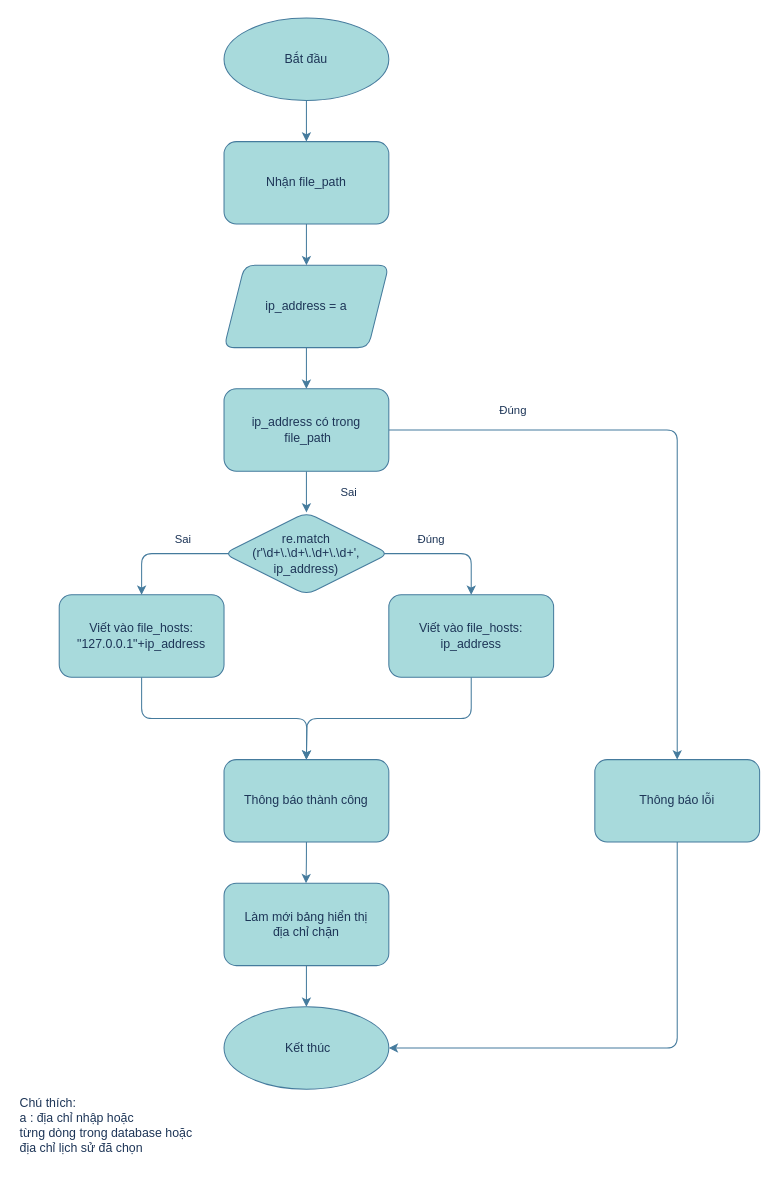
Earlier version of the draw.io diagram Mind Map/block.drawio (PlaymakerVN/KHKT-2023-1). Source tidied: cells renumbered, new cells numbered last; positions are measured from the earlier drawing's top-left corner, leaving out a move shared by most shapes. Both pictures are drawn from the tidied source at 103%, with x=0, y=0 at pixel (18, 18).
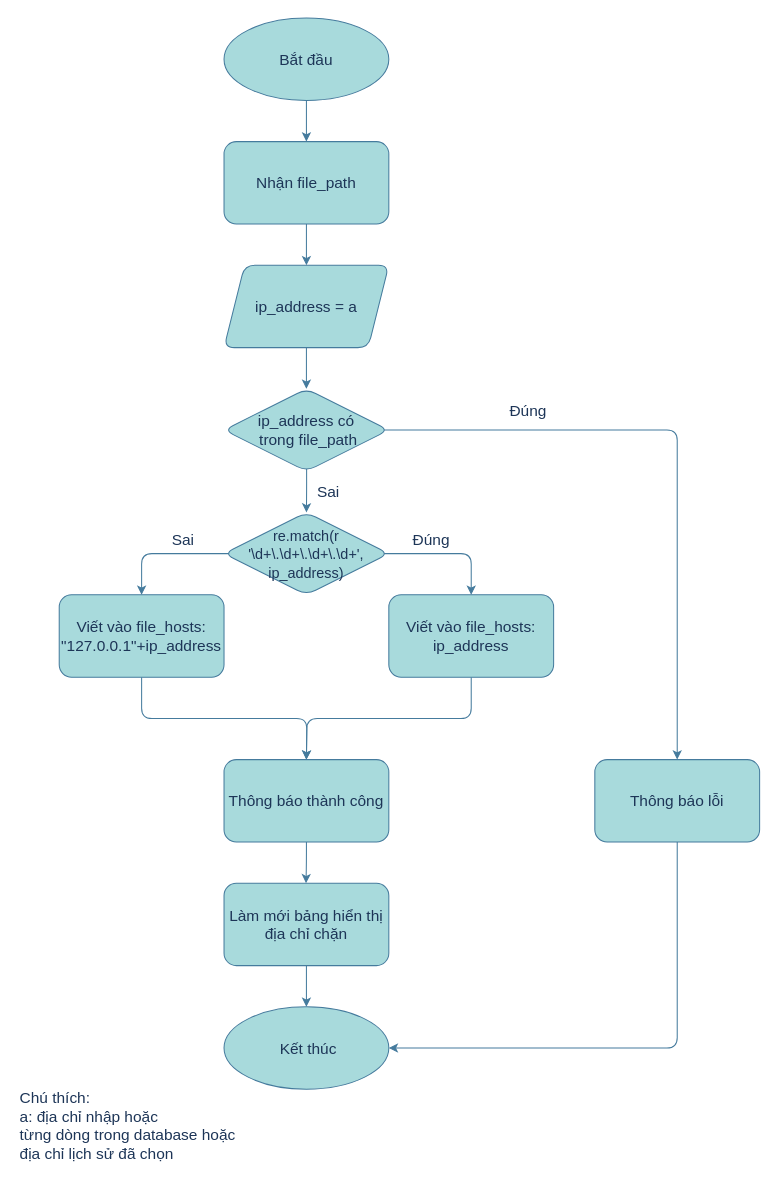
Above is the later version.

Commit message:
Cập nhật block.drawio

The edit, as a diff of the source:
```diff
@@
-    <mxCell id="2" style="edgeStyle=orthogonalEdgeStyle;rounded=1;jettySize=auto;html=1;exitX=0.5;exitY=1;exitDx=0;exitDy=0;entryX=0.5;entryY=0;entryDx=0;entryDy=0;labelBackgroundColor=none;strokeColor=#457B9D;fontColor=default;" parent="1" edge="1" source="3" target="28">
+    <mxCell id="2" style="edgeStyle=orthogonalEdgeStyle;rounded=1;jettySize=auto;html=1;exitX=0.5;exitY=1;exitDx=0;exitDy=0;entryX=0.5;entryY=0;entryDx=0;entryDy=0;labelBackgroundColor=none;strokeColor=#457B9D;fontColor=default;fontSize=15;" parent="1" edge="1" source="3" target="28">
       <mxGeometry relative="1" as="geometry" />
     </mxCell>
-    <mxCell id="3" value="Bắt đầu" style="ellipse;whiteSpace=wrap;html=1;labelBackgroundColor=none;fillColor=#A8DADC;strokeColor=#457B9D;fontColor=#1D3557;rounded=1;" parent="1" vertex="1">
+    <mxCell id="3" value="Bắt đầu" style="ellipse;whiteSpace=wrap;html=1;labelBackgroundColor=none;fillColor=#A8DADC;strokeColor=#457B9D;fontColor=#1D3557;rounded=1;fontSize=15;" parent="1" vertex="1">
       <mxGeometry x="200" width="160" height="80" as="geometry" />
     </mxCell>
-    <mxCell id="4" style="edgeStyle=orthogonalEdgeStyle;rounded=1;jettySize=auto;html=1;exitX=0.5;exitY=1;exitDx=0;exitDy=0;entryX=0.5;entryY=0;entryDx=0;entryDy=0;labelBackgroundColor=none;strokeColor=#457B9D;fontColor=default;" parent="1" edge="1" source="5" target="19">
-      <mxGeometry relative="1" as="geometry" />
+    <mxCell id="4" style="edgeStyle=orthogonalEdgeStyle;rounded=1;jettySize=auto;html=1;exitX=0.5;exitY=1;exitDx=0;exitDy=0;entryX=0.5;entryY=0;entryDx=0;entryDy=0;labelBackgroundColor=none;strokeColor=#457B9D;fontColor=default;fontSize=15;" parent="1" edge="1" source="5">
+      <mxGeometry relative="1" as="geometry">
+        <mxPoint x="280" y="360" as="targetPoint" />
+      </mxGeometry>
     </mxCell>
-    <mxCell id="5" value="&lt;font style=&quot;font-size: 12px;&quot;&gt;ip_address = a&lt;br&gt;&lt;/font&gt;" style="shape=parallelogram;perimeter=parallelogramPerimeter;whiteSpace=wrap;html=1;fixedSize=1;labelBackgroundColor=none;fillColor=#A8DADC;strokeColor=#457B9D;fontColor=#1D3557;rounded=1;" parent="1" vertex="1">
+    <mxCell id="5" value="&lt;font style=&quot;font-size: 15px;&quot;&gt;ip_address = a&lt;br style=&quot;font-size: 15px;&quot;&gt;&lt;/font&gt;" style="shape=parallelogram;perimeter=parallelogramPerimeter;whiteSpace=wrap;html=1;fixedSize=1;labelBackgroundColor=none;fillColor=#A8DADC;strokeColor=#457B9D;fontColor=#1D3557;rounded=1;fontSize=15;" parent="1" vertex="1">
       <mxGeometry x="200" y="240" width="160" height="80" as="geometry" />
     </mxCell>
-    <mxCell id="6" style="edgeStyle=orthogonalEdgeStyle;rounded=1;jettySize=auto;html=1;exitX=0.875;exitY=0.5;exitDx=0;exitDy=0;entryX=0.5;entryY=0;entryDx=0;entryDy=0;labelBackgroundColor=none;strokeColor=#457B9D;fontColor=default;exitPerimeter=0;" parent="1" edge="1" source="10" target="12">
+    <mxCell id="6" style="edgeStyle=orthogonalEdgeStyle;rounded=1;jettySize=auto;html=1;exitX=0.875;exitY=0.5;exitDx=0;exitDy=0;entryX=0.5;entryY=0;entryDx=0;entryDy=0;labelBackgroundColor=none;strokeColor=#457B9D;fontColor=default;exitPerimeter=0;fontSize=15;" parent="1" edge="1" source="10" target="12">
       <mxGeometry relative="1" as="geometry">
         <Array as="points">
           <mxPoint x="120" y="520" />
         </Array>
       </mxGeometry>
     </mxCell>
-    <mxCell id="7" value="Sai" style="edgeLabel;html=1;align=center;verticalAlign=middle;labelBackgroundColor=none;fontColor=#1D3557;rounded=1;" parent="6" vertex="1">
+    <mxCell id="7" value="Sai" style="edgeLabel;html=1;align=center;verticalAlign=middle;labelBackgroundColor=none;fontColor=#1D3557;rounded=1;fontSize=15;" parent="6" vertex="1">
       <mxGeometry x="-0.35" y="-1" relative="1" as="geometry">
         <mxPoint x="-96" y="-14" as="offset" />
       </mxGeometry>
     </mxCell>
-    <mxCell id="8" style="edgeStyle=orthogonalEdgeStyle;rounded=1;jettySize=auto;html=1;exitX=0.045;exitY=0.553;exitDx=0;exitDy=0;labelBackgroundColor=none;strokeColor=#457B9D;fontColor=default;exitPerimeter=0;" parent="1" edge="1" source="10" target="14">
+    <mxCell id="8" style="edgeStyle=orthogonalEdgeStyle;rounded=1;jettySize=auto;html=1;exitX=0.045;exitY=0.553;exitDx=0;exitDy=0;labelBackgroundColor=none;strokeColor=#457B9D;fontColor=default;exitPerimeter=0;fontSize=15;" parent="1" edge="1" source="10" target="14">
       <mxGeometry relative="1" as="geometry">
         <Array as="points">
           <mxPoint x="207" y="520" />
           <mxPoint x="440" y="520" />
         </Array>
       </mxGeometry>
     </mxCell>
-    <mxCell id="9" value="Đúng" style="edgeLabel;html=1;align=center;verticalAlign=middle;labelBackgroundColor=none;fontColor=#1D3557;rounded=1;" parent="8" vertex="1">
+    <mxCell id="9" value="Đúng" style="edgeLabel;html=1;align=center;verticalAlign=middle;labelBackgroundColor=none;fontColor=#1D3557;rounded=1;fontSize=15;" parent="8" vertex="1">
       <mxGeometry x="-0.28" y="-1" relative="1" as="geometry">
         <mxPoint x="98" y="-16" as="offset" />
       </mxGeometry>
     </mxCell>
-    <mxCell id="10" value="re.match&lt;br&gt;(r'\d+\.\d+\.\d+\.\d+',&lt;br&gt;ip_address)" style="rhombus;whiteSpace=wrap;html=1;labelBackgroundColor=none;fillColor=#A8DADC;strokeColor=#457B9D;fontColor=#1D3557;rounded=1;" parent="1" vertex="1">
+    <mxCell id="10" value="&lt;font style=&quot;font-size: 14px;&quot;&gt;re.match(r&lt;br&gt;'\d+\.\d+\.\d+\.\d+',&lt;br style=&quot;&quot;&gt;ip_address)&lt;/font&gt;" style="rhombus;whiteSpace=wrap;html=1;labelBackgroundColor=none;fillColor=#A8DADC;strokeColor=#457B9D;fontColor=#1D3557;rounded=1;fontSize=15;" parent="1" vertex="1">
       <mxGeometry x="200" y="480" width="160" height="80" as="geometry" />
     </mxCell>
-    <mxCell id="11" style="edgeStyle=orthogonalEdgeStyle;rounded=1;jettySize=auto;html=1;exitX=0.5;exitY=1;exitDx=0;exitDy=0;labelBackgroundColor=none;strokeColor=#457B9D;fontColor=default;" parent="1" edge="1" source="12">
+    <mxCell id="11" style="edgeStyle=orthogonalEdgeStyle;rounded=1;jettySize=auto;html=1;exitX=0.5;exitY=1;exitDx=0;exitDy=0;labelBackgroundColor=none;strokeColor=#457B9D;fontColor=default;fontSize=15;" parent="1" edge="1" source="12">
       <mxGeometry relative="1" as="geometry">
         <mxPoint x="280" y="720" as="targetPoint" />
       </mxGeometry>
     </mxCell>
-    <mxCell id="12" value="Viết vào file_hosts:&lt;br&gt;&quot;127.0.0.1&quot;+ip_address" style="rounded=1;whiteSpace=wrap;html=1;labelBackgroundColor=none;fillColor=#A8DADC;strokeColor=#457B9D;fontColor=#1D3557;" parent="1" vertex="1">
+    <mxCell id="12" value="Viết vào file_hosts:&lt;br style=&quot;font-size: 15px;&quot;&gt;&quot;127.0.0.1&quot;+ip_address" style="rounded=1;whiteSpace=wrap;html=1;labelBackgroundColor=none;fillColor=#A8DADC;strokeColor=#457B9D;fontColor=#1D3557;fontSize=15;" parent="1" vertex="1">
       <mxGeometry x="40" y="560" width="160" height="80" as="geometry" />
     </mxCell>
-    <mxCell id="13" style="edgeStyle=orthogonalEdgeStyle;rounded=1;jettySize=auto;html=1;exitX=0.5;exitY=1;exitDx=0;exitDy=0;entryX=0.5;entryY=0;entryDx=0;entryDy=0;labelBackgroundColor=none;strokeColor=#457B9D;fontColor=default;" parent="1" edge="1" source="14">
+    <mxCell id="13" style="edgeStyle=orthogonalEdgeStyle;rounded=1;jettySize=auto;html=1;exitX=0.5;exitY=1;exitDx=0;exitDy=0;entryX=0.5;entryY=0;entryDx=0;entryDy=0;labelBackgroundColor=none;strokeColor=#457B9D;fontColor=default;fontSize=15;" parent="1" edge="1" source="14">
       <mxGeometry relative="1" as="geometry">
         <mxPoint x="280" y="720" as="targetPoint" />
       </mxGeometry>
     </mxCell>
-    <mxCell id="14" value="Viết vào file_hosts:&lt;br&gt;ip_address" style="rounded=1;whiteSpace=wrap;html=1;labelBackgroundColor=none;fillColor=#A8DADC;strokeColor=#457B9D;fontColor=#1D3557;" parent="1" vertex="1">
+    <mxCell id="14" value="Viết vào file_hosts:&lt;br style=&quot;font-size: 15px;&quot;&gt;ip_address" style="rounded=1;whiteSpace=wrap;html=1;labelBackgroundColor=none;fillColor=#A8DADC;strokeColor=#457B9D;fontColor=#1D3557;fontSize=15;" parent="1" vertex="1">
       <mxGeometry x="360" y="560" width="160" height="80" as="geometry" />
     </mxCell>
-    <mxCell id="15" style="edgeStyle=orthogonalEdgeStyle;rounded=1;jettySize=auto;html=1;exitX=0.5;exitY=1;exitDx=0;exitDy=0;entryX=0.5;entryY=0;entryDx=0;entryDy=0;labelBackgroundColor=none;strokeColor=#457B9D;fontColor=default;" parent="1" edge="1" source="19" target="10">
+    <mxCell id="15" style="edgeStyle=orthogonalEdgeStyle;rounded=1;jettySize=auto;html=1;exitX=0.501;exitY=0.056;exitDx=0;exitDy=0;entryX=0.5;entryY=0;entryDx=0;entryDy=0;labelBackgroundColor=none;strokeColor=#457B9D;fontColor=default;fontSize=15;exitPerimeter=0;" parent="1" edge="1" source="19" target="10">
       <mxGeometry relative="1" as="geometry" />
     </mxCell>
-    <mxCell id="16" value="Sai" style="edgeLabel;html=1;align=center;verticalAlign=middle;labelBackgroundColor=none;fontColor=#1D3557;rounded=1;" parent="15" vertex="1">
+    <mxCell id="16" value="Sai" style="edgeLabel;html=1;align=center;verticalAlign=middle;labelBackgroundColor=none;fontColor=#1D3557;rounded=1;fontSize=15;" parent="15" vertex="1">
       <mxGeometry x="-0.2" y="1" relative="1" as="geometry">
-        <mxPoint x="39" y="4" as="offset" />
+        <mxPoint x="19" y="49" as="offset" />
       </mxGeometry>
     </mxCell>
-    <mxCell id="17" style="edgeStyle=orthogonalEdgeStyle;rounded=1;jettySize=auto;html=1;exitX=1;exitY=0.5;exitDx=0;exitDy=0;strokeColor=#457B9D;fontColor=#1D3557;fillColor=#A8DADC;" parent="1" edge="1" source="19" target="26">
+    <mxCell id="17" style="edgeStyle=orthogonalEdgeStyle;rounded=1;jettySize=auto;html=1;exitX=0.125;exitY=0.5;exitDx=0;exitDy=0;strokeColor=#457B9D;fontColor=default;fillColor=#A8DADC;fontSize=15;exitPerimeter=0;labelBackgroundColor=none;" parent="1" edge="1" source="19" target="26">
       <mxGeometry relative="1" as="geometry" />
     </mxCell>
-    <mxCell id="18" value="Đúng&amp;nbsp;" style="edgeLabel;html=1;align=center;verticalAlign=middle;fontColor=#1D3557;" parent="17" vertex="1">
-      <mxGeometry x="-0.61" y="-3" relative="1" as="geometry">
-        <mxPoint x="4" y="-23" as="offset" />
+    <mxCell id="18" value="Đúng" style="edgeLabel;html=1;align=center;verticalAlign=middle;labelBackgroundColor=none;fontColor=#1D3557;fontSize=15;" parent="17" vertex="1">
+      <mxGeometry x="-0.26" y="-1" relative="1" as="geometry">
+        <mxPoint y="-21" as="offset" />
       </mxGeometry>
     </mxCell>
-    <mxCell id="19" value="ip_address có trong&lt;br&gt;&amp;nbsp;file_path" style="rounded=1;whiteSpace=wrap;html=1;labelBackgroundColor=none;fillColor=#A8DADC;strokeColor=#457B9D;fontColor=#1D3557;" parent="1" vertex="1">
-      <mxGeometry x="200" y="360" width="160" height="80" as="geometry" />
-    </mxCell>
-    <mxCell id="20" style="edgeStyle=orthogonalEdgeStyle;rounded=1;jettySize=auto;html=1;exitX=0.5;exitY=1;exitDx=0;exitDy=0;labelBackgroundColor=none;strokeColor=#457B9D;fontColor=default;" parent="1" edge="1" source="21">
+    <mxCell id="20" style="edgeStyle=orthogonalEdgeStyle;rounded=1;jettySize=auto;html=1;exitX=0.5;exitY=1;exitDx=0;exitDy=0;labelBackgroundColor=none;strokeColor=#457B9D;fontColor=default;fontSize=15;" parent="1" edge="1" source="21">
       <mxGeometry relative="1" as="geometry">
         <mxPoint x="279.6" y="840" as="targetPoint" />
       </mxGeometry>
     </mxCell>
-    <mxCell id="21" value="Thông báo thành công" style="rounded=1;whiteSpace=wrap;html=1;labelBackgroundColor=none;fillColor=#A8DADC;strokeColor=#457B9D;fontColor=#1D3557;" parent="1" vertex="1">
+    <mxCell id="21" value="Thông báo thành công" style="rounded=1;whiteSpace=wrap;html=1;labelBackgroundColor=none;fillColor=#A8DADC;strokeColor=#457B9D;fontColor=#1D3557;fontSize=15;" parent="1" vertex="1">
       <mxGeometry x="200" y="720" width="160" height="80" as="geometry" />
     </mxCell>
-    <mxCell id="22" style="edgeStyle=orthogonalEdgeStyle;rounded=1;jettySize=auto;html=1;exitX=0.5;exitY=1;exitDx=0;exitDy=0;entryX=0.5;entryY=0;entryDx=0;entryDy=0;labelBackgroundColor=none;strokeColor=#457B9D;fontColor=default;" parent="1" edge="1" source="23" target="24">
+    <mxCell id="22" style="edgeStyle=orthogonalEdgeStyle;rounded=1;jettySize=auto;html=1;exitX=0.5;exitY=1;exitDx=0;exitDy=0;entryX=0.5;entryY=0;entryDx=0;entryDy=0;labelBackgroundColor=none;strokeColor=#457B9D;fontColor=default;fontSize=15;" parent="1" edge="1" source="23" target="24">
       <mxGeometry relative="1" as="geometry" />
     </mxCell>
-    <mxCell id="23" value="Làm mới bảng hiển thị &lt;br&gt;địa chỉ chặn" style="rounded=1;whiteSpace=wrap;html=1;labelBackgroundColor=none;fillColor=#A8DADC;strokeColor=#457B9D;fontColor=#1D3557;" parent="1" vertex="1">
+    <mxCell id="23" value="Làm mới bảng hiển thị &lt;br style=&quot;font-size: 15px;&quot;&gt;địa chỉ chặn" style="rounded=1;whiteSpace=wrap;html=1;labelBackgroundColor=none;fillColor=#A8DADC;strokeColor=#457B9D;fontColor=#1D3557;fontSize=15;" parent="1" vertex="1">
       <mxGeometry x="200" y="840" width="160" height="80" as="geometry" />
     </mxCell>
-    <mxCell id="24" value="&amp;nbsp;Kết thúc" style="ellipse;whiteSpace=wrap;html=1;labelBackgroundColor=none;fillColor=#A8DADC;strokeColor=#457B9D;fontColor=#1D3557;rounded=1;" parent="1" vertex="1">
+    <mxCell id="24" value="&amp;nbsp;Kết thúc" style="ellipse;whiteSpace=wrap;html=1;labelBackgroundColor=none;fillColor=#A8DADC;strokeColor=#457B9D;fontColor=#1D3557;rounded=1;fontSize=15;" parent="1" vertex="1">
       <mxGeometry x="200" y="960" width="160" height="80" as="geometry" />
     </mxCell>
-    <mxCell id="25" style="edgeStyle=orthogonalEdgeStyle;rounded=1;jettySize=auto;html=1;exitX=0.5;exitY=1;exitDx=0;exitDy=0;entryX=1;entryY=0.5;entryDx=0;entryDy=0;strokeColor=#457B9D;fontColor=#1D3557;fillColor=#A8DADC;" parent="1" edge="1" source="26" target="24">
+    <mxCell id="25" style="edgeStyle=orthogonalEdgeStyle;rounded=1;jettySize=auto;html=1;exitX=0.5;exitY=1;exitDx=0;exitDy=0;entryX=1;entryY=0.5;entryDx=0;entryDy=0;strokeColor=#457B9D;fontColor=default;fillColor=#A8DADC;fontSize=15;labelBackgroundColor=none;" parent="1" edge="1" source="26" target="24">
       <mxGeometry relative="1" as="geometry" />
     </mxCell>
-    <mxCell id="26" value="Thông báo lỗi" style="rounded=1;whiteSpace=wrap;html=1;labelBackgroundColor=none;fillColor=#A8DADC;strokeColor=#457B9D;fontColor=#1D3557;" parent="1" vertex="1">
+    <mxCell id="26" value="Thông báo lỗi" style="rounded=1;whiteSpace=wrap;html=1;labelBackgroundColor=none;fillColor=#A8DADC;strokeColor=#457B9D;fontColor=#1D3557;fontSize=15;" parent="1" vertex="1">
       <mxGeometry x="560" y="720" width="160" height="80" as="geometry" />
     </mxCell>
-    <mxCell id="27" style="edgeStyle=orthogonalEdgeStyle;rounded=1;jettySize=auto;html=1;exitX=0.5;exitY=1;exitDx=0;exitDy=0;strokeColor=#457B9D;fontColor=#1D3557;fillColor=#A8DADC;" parent="1" edge="1" source="28" target="5">
+    <mxCell id="27" style="edgeStyle=orthogonalEdgeStyle;rounded=1;jettySize=auto;html=1;exitX=0.5;exitY=1;exitDx=0;exitDy=0;strokeColor=#457B9D;fontColor=default;fillColor=#A8DADC;fontSize=15;labelBackgroundColor=none;" parent="1" edge="1" source="28" target="5">
       <mxGeometry relative="1" as="geometry" />
     </mxCell>
-    <mxCell id="28" value="Nhận file_path" style="rounded=1;whiteSpace=wrap;html=1;labelBackgroundColor=none;fillColor=#A8DADC;strokeColor=#457B9D;fontColor=#1D3557;" parent="1" vertex="1">
+    <mxCell id="28" value="Nhận file_path" style="rounded=1;whiteSpace=wrap;html=1;labelBackgroundColor=none;fillColor=#A8DADC;strokeColor=#457B9D;fontColor=#1D3557;fontSize=15;" parent="1" vertex="1">
       <mxGeometry x="200" y="120" width="160" height="80" as="geometry" />
     </mxCell>
-    <mxCell id="29" value="Chú thích:&lt;br&gt;a : địa chỉ nhập hoặc&lt;br style=&quot;border-color: var(--darkreader-border--border-color); --darkreader-inline-border: var(--darkreader-border--darkreader-border--border-color);&quot;&gt;&lt;span style=&quot;&quot;&gt;từng dòng trong database&amp;nbsp;hoặc&lt;br&gt;&lt;/span&gt;&lt;span style=&quot;&quot;&gt;địa chỉ lịch sử đã chọn&lt;/span&gt;" style="text;html=1;align=left;verticalAlign=middle;strokeColor=none;fillColor=none;fontColor=#1D3557;" parent="1" vertex="1">
-      <mxGeometry y="1040" width="190" height="70" as="geometry" />
+    <mxCell id="29" value="Chú thích:&lt;br style=&quot;font-size: 15px;&quot;&gt;a: địa chỉ nhập hoặc&lt;br style=&quot;border-color: var(--darkreader-border--border-color); --darkreader-inline-border: var(--darkreader-border--darkreader-border--border-color); font-size: 15px;&quot;&gt;&lt;span style=&quot;font-size: 15px;&quot;&gt;từng dòng trong database&amp;nbsp;hoặc&lt;br style=&quot;font-size: 15px;&quot;&gt;&lt;/span&gt;&lt;span style=&quot;font-size: 15px;&quot;&gt;địa chỉ lịch sử đã chọn&lt;/span&gt;" style="text;html=1;align=left;verticalAlign=middle;strokeColor=none;fillColor=none;fontColor=#1D3557;fontSize=15;labelBackgroundColor=none;" parent="1" vertex="1">
+      <mxGeometry y="1030" width="230" height="90" as="geometry" />
     </mxCell>
+    <mxCell id="19" value="&lt;font style=&quot;font-size: 15px;&quot;&gt;ip_address có&lt;br&gt;&amp;nbsp;trong file_path&lt;/font&gt;" style="rhombus;whiteSpace=wrap;html=1;labelBackgroundColor=none;fillColor=#A8DADC;strokeColor=#457B9D;fontColor=#1D3557;rounded=1;fontSize=15;" parent="1" vertex="1">
+      <mxGeometry x="200" y="360" width="160" height="80" as="geometry" />
+    </mxCell>
```
